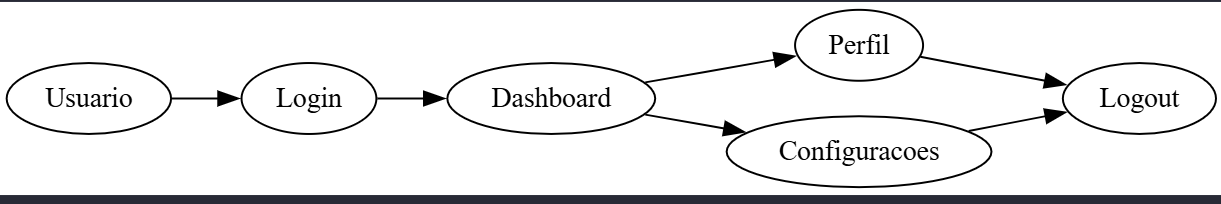
davigledson/graph_studies keeps this Graphviz diagram as imgs/q1/q1_5_usuario_flow.png. Above is the earlier version. Its source is kept beside it as q1_5_usuario_flow.dot. Its diagram source:
```dot
digraph user_flow {
    rankdir=LR;

    Usuario -> Login;
    Login -> Dashboard;
    Dashboard -> Perfil;
    Dashboard -> Configuracoes;
    Perfil -> Logout;
    Configuracoes -> Logout;

}
```
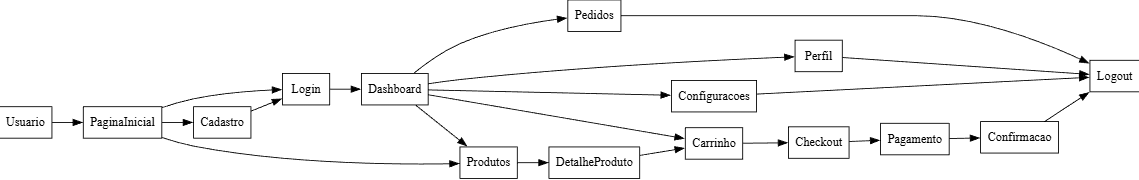
After the change.

Diff of the diagram source:
```diff
@@ -1,11 +1,34 @@
 digraph user_flow {
+
     rankdir=LR;
+    node [shape=box];
 
-    Usuario -> Login;
+    Usuario -> PaginaInicial;
+
+    PaginaInicial -> Login;
+    PaginaInicial -> Cadastro;
+    PaginaInicial -> Produtos;
+
+    Cadastro -> Login;
+
     Login -> Dashboard;
+
     Dashboard -> Perfil;
     Dashboard -> Configuracoes;
+    Dashboard -> Produtos;
+    Dashboard -> Carrinho;
+    Dashboard -> Pedidos;
+
+    Produtos -> DetalheProduto;
+    DetalheProduto -> Carrinho;
+
+    Carrinho -> Checkout;
+    Checkout -> Pagamento;
+    Pagamento -> Confirmacao;
+
     Perfil -> Logout;
     Configuracoes -> Logout;
+    Pedidos -> Logout;
+    Confirmacao -> Logout;
 
 }
```
